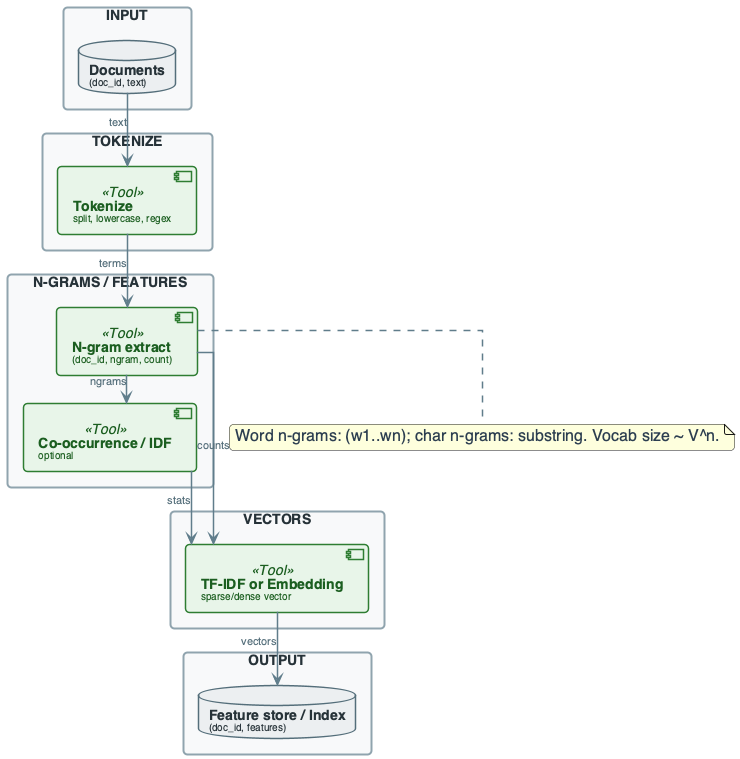
This is diagrams/week9/week9_lecture_slide16_advanced_text_pipeline_overview.png from OrPerets/data-engineering-course, a PlantUML export, as it was before one commit.
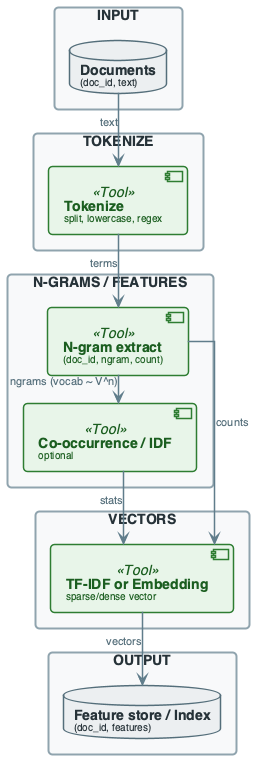
The same file after the commit.

Diff of the diagram source:
```diff
@@ -141,11 +141,9 @@
 
 DOCS --> TOK : "text"
 TOK --> NGRAM : "terms"
-NGRAM --> COOC : "ngrams"
+NGRAM --> COOC : "ngrams (vocab ~ V^n)"
 COOC --> VEC : "stats"
 NGRAM --> VEC : "counts"
 VEC --> OUT : "vectors"
 
-note bottom of NGRAM : Word n-grams: (w1..wn); char n-grams: substring. Vocab size ~ V^n.
-
 @enduml
```
